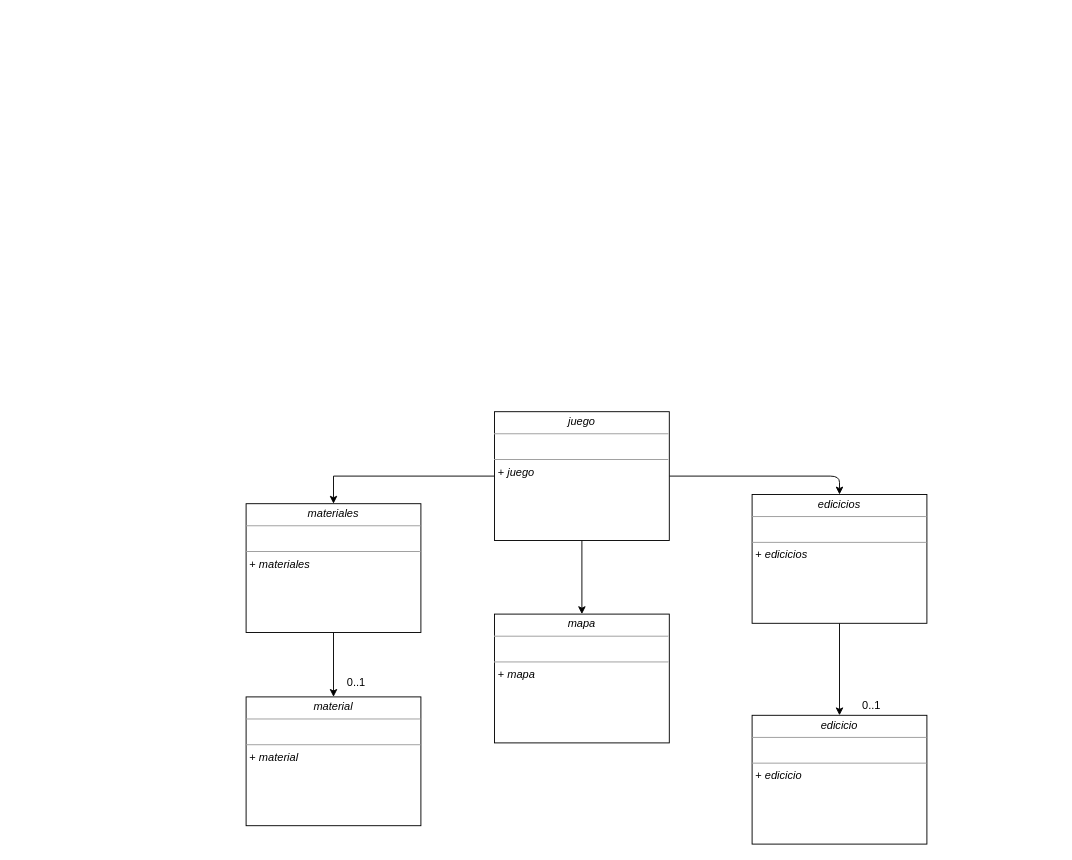
Earlier version of the draw.io diagram Untitled Diagram.drawio (Rbartoncello/tp_3). Source tidied: cells renumbered, new cells numbered last; positions are measured from the earlier drawing's top-left corner, leaving out a move shared by most shapes. Both pictures are drawn from the tidied source at 92%, with x=0, y=0 at pixel (246, 411).
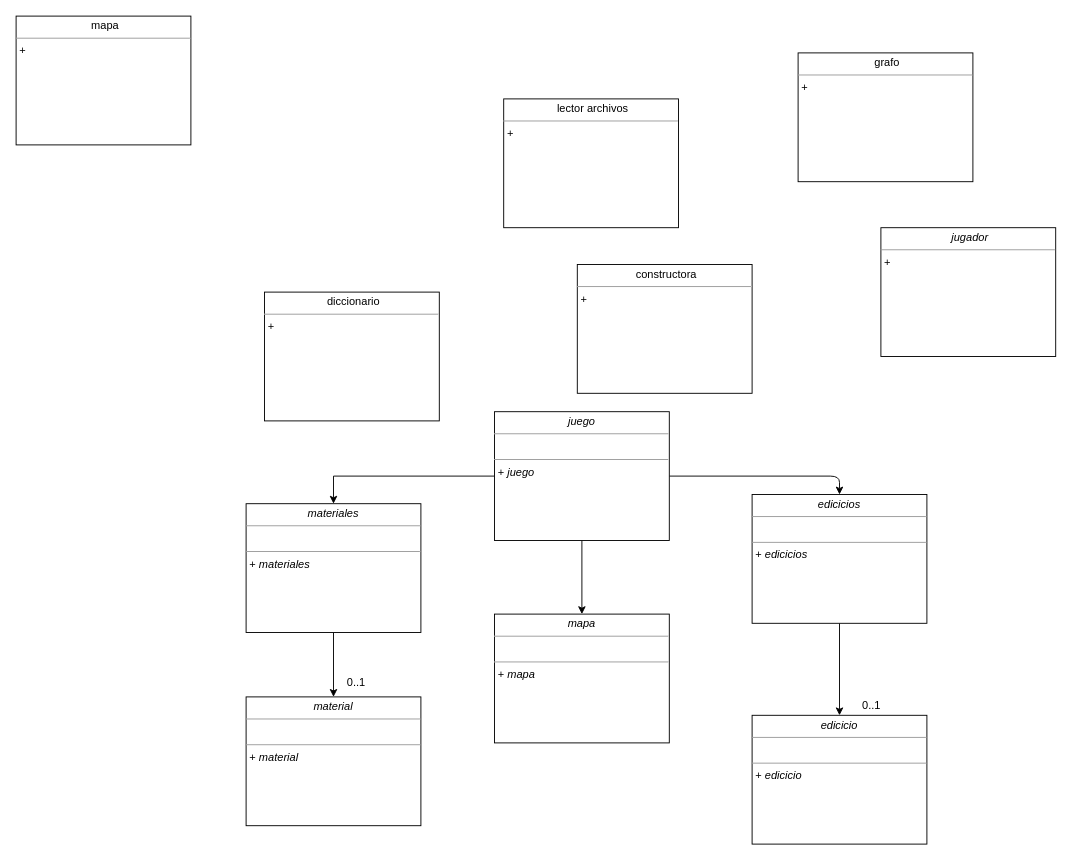
The same page after the edit.

The edit, as a diff of the source:
```diff
@@
+    <mxCell id="15" value="&lt;p style=&quot;margin: 0px ; margin-top: 4px ; text-align: center&quot;&gt;&lt;/p&gt;&lt;p style=&quot;text-align: center ; margin: 0px 0px 0px 4px&quot;&gt;mapa&lt;/p&gt;&lt;hr size=&quot;1&quot;&gt;&lt;p style=&quot;margin: 0px ; margin-left: 4px&quot;&gt;+&amp;nbsp;&lt;/p&gt;" style="verticalAlign=top;align=left;overflow=fill;fontSize=12;fontFamily=Helvetica;html=1;rounded=0;shadow=0;comic=0;labelBackgroundColor=none;strokeWidth=1;" parent="1" vertex="1">
+      <mxGeometry x="-250" y="-430" width="190" height="140" as="geometry" />
+    </mxCell>
+    <mxCell id="16" value="&lt;p style=&quot;margin: 0px ; margin-top: 4px ; text-align: center&quot;&gt;&lt;/p&gt;&lt;p style=&quot;text-align: center ; margin: 0px 0px 0px 4px&quot;&gt;grafo&lt;/p&gt;&lt;hr size=&quot;1&quot;&gt;&lt;p style=&quot;margin: 0px ; margin-left: 4px&quot;&gt;+&amp;nbsp;&lt;/p&gt;" style="verticalAlign=top;align=left;overflow=fill;fontSize=12;fontFamily=Helvetica;html=1;rounded=0;shadow=0;comic=0;labelBackgroundColor=none;strokeWidth=1;" parent="1" vertex="1">
+      <mxGeometry x="600" y="-390" width="190" height="140" as="geometry" />
+    </mxCell>
+    <mxCell id="17" value="&lt;p style=&quot;margin: 0px ; margin-top: 4px ; text-align: center&quot;&gt;&lt;/p&gt;&lt;p style=&quot;text-align: center ; margin: 0px 0px 0px 4px&quot;&gt;lector archivos&lt;/p&gt;&lt;hr size=&quot;1&quot;&gt;&lt;p style=&quot;margin: 0px ; margin-left: 4px&quot;&gt;+&amp;nbsp;&lt;/p&gt;" style="verticalAlign=top;align=left;overflow=fill;fontSize=12;fontFamily=Helvetica;html=1;rounded=0;shadow=0;comic=0;labelBackgroundColor=none;strokeWidth=1;" parent="1" vertex="1">
+      <mxGeometry x="280" y="-340" width="190" height="140" as="geometry" />
+    </mxCell>
+    <mxCell id="18" value="&lt;p style=&quot;margin: 0px ; margin-top: 4px ; text-align: center&quot;&gt;&lt;/p&gt;&lt;p style=&quot;text-align: center ; margin: 0px 0px 0px 4px&quot;&gt;diccionario&lt;/p&gt;&lt;hr size=&quot;1&quot;&gt;&lt;p style=&quot;margin: 0px ; margin-left: 4px&quot;&gt;+&amp;nbsp;&lt;/p&gt;" style="verticalAlign=top;align=left;overflow=fill;fontSize=12;fontFamily=Helvetica;html=1;rounded=0;shadow=0;comic=0;labelBackgroundColor=none;strokeWidth=1;" parent="1" vertex="1">
+      <mxGeometry x="20" y="-130" width="190" height="140" as="geometry" />
+    </mxCell>
+    <mxCell id="19" value="&lt;p style=&quot;margin: 0px ; margin-top: 4px ; text-align: center&quot;&gt;&lt;/p&gt;&lt;p style=&quot;text-align: center ; margin: 0px 0px 0px 4px&quot;&gt;&lt;i&gt;jugador&lt;/i&gt;&lt;/p&gt;&lt;hr size=&quot;1&quot;&gt;&lt;p style=&quot;margin: 0px ; margin-left: 4px&quot;&gt;+&amp;nbsp;&lt;/p&gt;" style="verticalAlign=top;align=left;overflow=fill;fontSize=12;fontFamily=Helvetica;html=1;rounded=0;shadow=0;comic=0;labelBackgroundColor=none;strokeWidth=1;" parent="1" vertex="1">
+      <mxGeometry x="690" y="-200" width="190" height="140" as="geometry" />
+    </mxCell>
+    <mxCell id="20" value="&lt;p style=&quot;margin: 0px ; margin-top: 4px ; text-align: center&quot;&gt;&lt;/p&gt;&lt;p style=&quot;text-align: center ; margin: 0px 0px 0px 4px&quot;&gt;constructora&lt;/p&gt;&lt;hr size=&quot;1&quot;&gt;&lt;p style=&quot;margin: 0px ; margin-left: 4px&quot;&gt;+&amp;nbsp;&lt;/p&gt;" style="verticalAlign=top;align=left;overflow=fill;fontSize=12;fontFamily=Helvetica;html=1;rounded=0;shadow=0;comic=0;labelBackgroundColor=none;strokeWidth=1;" parent="1" vertex="1">
+      <mxGeometry x="360" y="-160" width="190" height="140" as="geometry" />
+    </mxCell>
```
